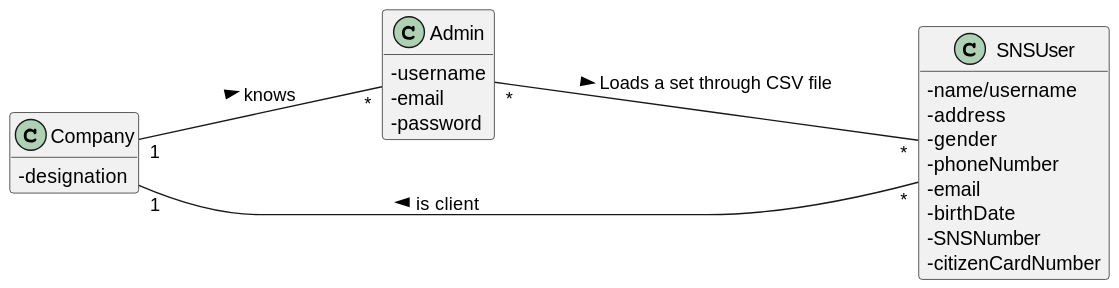
This is docs/SprintC/US/US14/US014_MD.svg from PedroMesquita1211171/VaccinationManager, a PlantUML export, as it was before one commit.
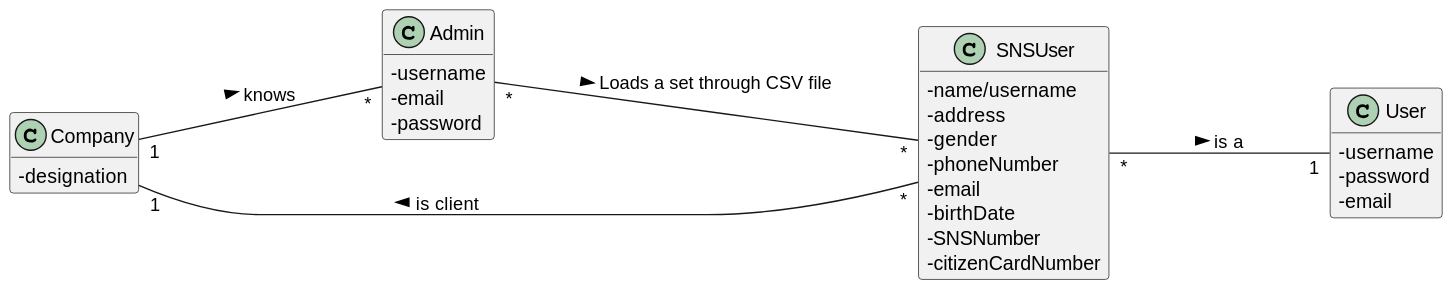
Above is the later version.

The edit, as a diff of the source:
```diff
@@ -25,9 +25,16 @@
 -password
 }
 
+class User{
+-username
+-password
+-email
+}
+
 SNSUser "*"---"1" Company : is client >
 Company "1"---"*" Admin : knows >
 Admin "*"---"*" SNSUser : Loads a set through CSV file >
+SNSUser "*"---"1" User : is a >
 
 
 
```
